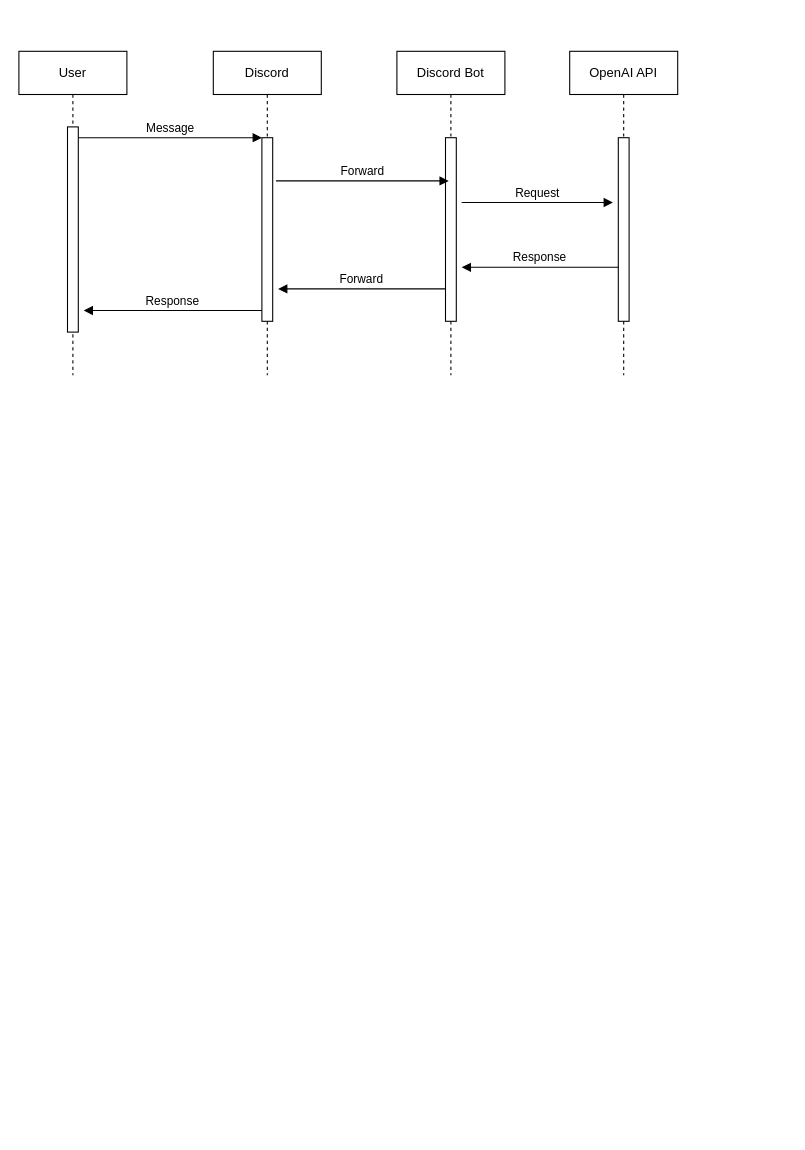
Daehyun-Bigbread/Kakao_Tech_GenAI keeps this draw.io diagram as Personal mission/KTB_OpenAI_Chatbot.drawio. Above is the earlier version. Source tidied: cells renumbered, new cells numbered last; positions are measured from the earlier drawing's top-left corner, leaving out a move shared by most shapes. Both pictures are drawn from the tidied source at 108%, with x=0, y=0 at pixel (18, 51). Pictures stored in the file or linked from it are replaced by grey dashed boxes.
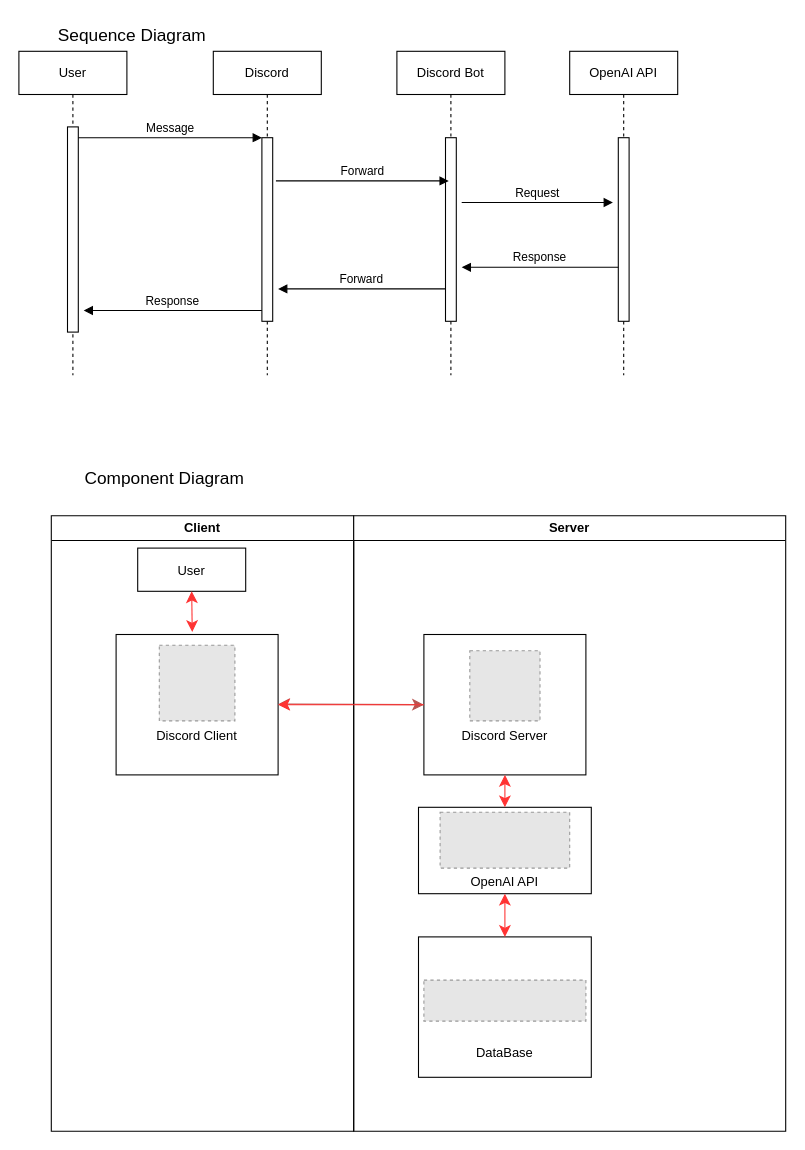
After the change.

What changed in the source:
```diff
@@
+    <mxCell id="16" value="Client" style="swimlane;whiteSpace=wrap;" parent="1" vertex="1">
+      <mxGeometry x="30" y="430" width="280" height="570" as="geometry" />
+    </mxCell>
+    <mxCell id="17" value="&#10;&#10;&#10;&#10;Discord Client" parent="16" vertex="1">
+      <mxGeometry x="60" y="110" width="150" height="130" as="geometry" />
+    </mxCell>
+    <mxCell id="18" style="fillColor=#E6E6E6;strokeColor=#999999;dashed=1;verticalLabelPosition=bottom;labelBackgroundColor=default;verticalAlign=top;" parent="16" vertex="1">
+      <mxGeometry x="100" y="120" width="70" height="70" as="geometry" />
+    </mxCell>
+    <mxCell id="19" value="User" parent="16" vertex="1">
+      <mxGeometry x="80" y="30" width="100" height="40" as="geometry" />
+    </mxCell>
+    <mxCell id="20" style="endArrow=classic;startArrow=classic;html=1;rounded=0;fontSize=12;startSize=8;endSize=8;curved=1;entryX=0;entryY=0.5;entryDx=0;entryDy=0;fillColor=#f8cecc;strokeColor=#b85450;" parent="16" edge="1" target="25">
+      <mxGeometry relative="1" as="geometry">
+        <mxPoint x="210" y="174.5" as="sourcePoint" />
+        <Array as="points">
+          <mxPoint x="280" y="174.5" />
+        </Array>
+      </mxGeometry>
+    </mxCell>
+    <mxCell id="21" style="endArrow=classic;startArrow=classic;html=1;rounded=0;fontSize=12;startSize=8;endSize=8;curved=1;entryX=0.5;entryY=1;entryDx=0;entryDy=0;exitX=0.47;exitY=-0.018;exitDx=0;exitDy=0;exitPerimeter=0;strokeColor=#FF3333;" parent="16" edge="1" source="17" target="19">
+      <mxGeometry relative="1" as="geometry" />
+    </mxCell>
+    <mxCell id="22" value="Server" style="swimlane;whiteSpace=wrap;" parent="1" vertex="1">
+      <mxGeometry x="310" y="430" width="400" height="570" as="geometry" />
+    </mxCell>
+    <mxCell id="23" value="&#10;&#10;&#10;&#10;OpenAI API" parent="22" vertex="1">
+      <mxGeometry x="60" y="270" width="160" height="80" as="geometry" />
+    </mxCell>
+    <mxCell id="24" value="&#10;&#10;&#10;&#10;&#10;&#10;DataBase" parent="22" vertex="1">
+      <mxGeometry x="60" y="390" width="160" height="130" as="geometry" />
+    </mxCell>
+    <mxCell id="25" value="&#10;&#10;&#10;&#10;Discord Server" parent="22" vertex="1">
+      <mxGeometry x="65" y="110" width="150" height="130" as="geometry" />
+    </mxCell>
+    <mxCell id="26" style="fillColor=#E6E6E6;strokeColor=#999999;dashed=1;verticalLabelPosition=bottom;labelBackgroundColor=default;verticalAlign=top;" parent="22" vertex="1">
+      <mxGeometry x="107.5" y="125" width="65" height="65" as="geometry" />
+    </mxCell>
+    <mxCell id="27" style="fillColor=#E6E6E6;strokeColor=#999999;dashed=1;verticalLabelPosition=bottom;labelBackgroundColor=default;verticalAlign=top;" parent="22" vertex="1">
+      <mxGeometry x="80" y="274.6" width="120" height="51.7" as="geometry" />
+    </mxCell>
+    <mxCell id="28" style="fillColor=#E6E6E6;strokeColor=#999999;dashed=1;verticalLabelPosition=bottom;labelBackgroundColor=default;verticalAlign=top;" parent="22" vertex="1">
+      <mxGeometry x="65" y="430" width="150" height="38" as="geometry" />
+    </mxCell>
+    <mxCell id="29" style="endArrow=classic;startArrow=classic;html=1;rounded=0;fontSize=12;startSize=8;endSize=8;curved=1;exitX=0.5;exitY=0;exitDx=0;exitDy=0;strokeColor=#FF3333;" parent="22" edge="1" source="23">
+      <mxGeometry relative="1" as="geometry">
+        <mxPoint x="140" y="240" as="targetPoint" />
+      </mxGeometry>
+    </mxCell>
+    <mxCell id="30" style="endArrow=classic;startArrow=classic;html=1;rounded=0;fontSize=12;startSize=8;endSize=8;curved=1;exitX=0.5;exitY=0;exitDx=0;exitDy=0;strokeColor=#FF3333;" parent="22" edge="1" source="24">
+      <mxGeometry relative="1" as="geometry">
+        <mxPoint x="140" y="350" as="targetPoint" />
+      </mxGeometry>
+    </mxCell>
+    <mxCell id="31" style="edgeStyle=none;curved=1;rounded=0;jettySize=auto;html=1;fontSize=12;startSize=8;endSize=8;strokeColor=#FF3333;" parent="1" edge="1" source="25" target="17">
+      <mxGeometry relative="1" as="geometry" />
+    </mxCell>
+    <mxCell id="32" value="Sequence Diagram" style="text;html=1;align=center;verticalAlign=middle;whiteSpace=wrap;rounded=0;fontSize=16;" parent="1" vertex="1">
+      <mxGeometry y="-30" width="210" height="30" as="geometry" />
+    </mxCell>
+    <mxCell id="33" value="Component Diagram" style="text;html=1;align=center;verticalAlign=middle;whiteSpace=wrap;rounded=0;fontSize=16;" parent="1" vertex="1">
+      <mxGeometry x="30" y="380" width="210" height="30" as="geometry" />
+    </mxCell>
```
